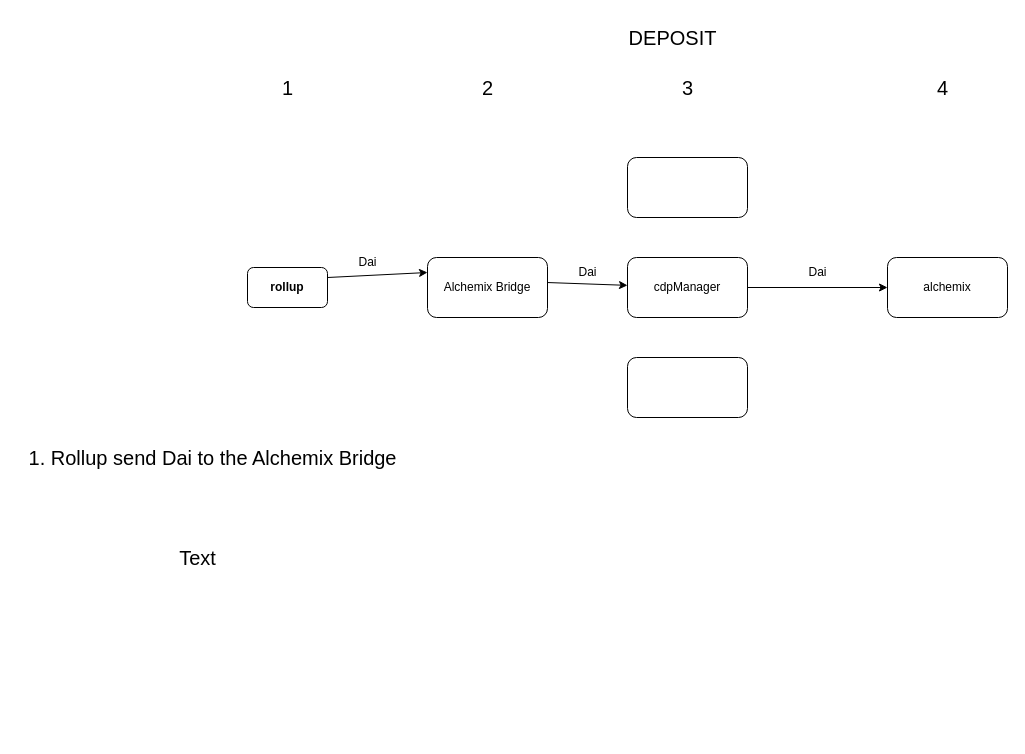
Before: page "Page-1" (1 of 2) of al.drawio in tajobin/Diagrams, a draw.io diagram. Source tidied: cells renumbered, new cells numbered last; positions are measured from the earlier drawing's top-left corner, leaving out a move shared by most shapes. Both pictures are drawn from the tidied source at 100%, with x=0, y=0 at pixel (17, 17).
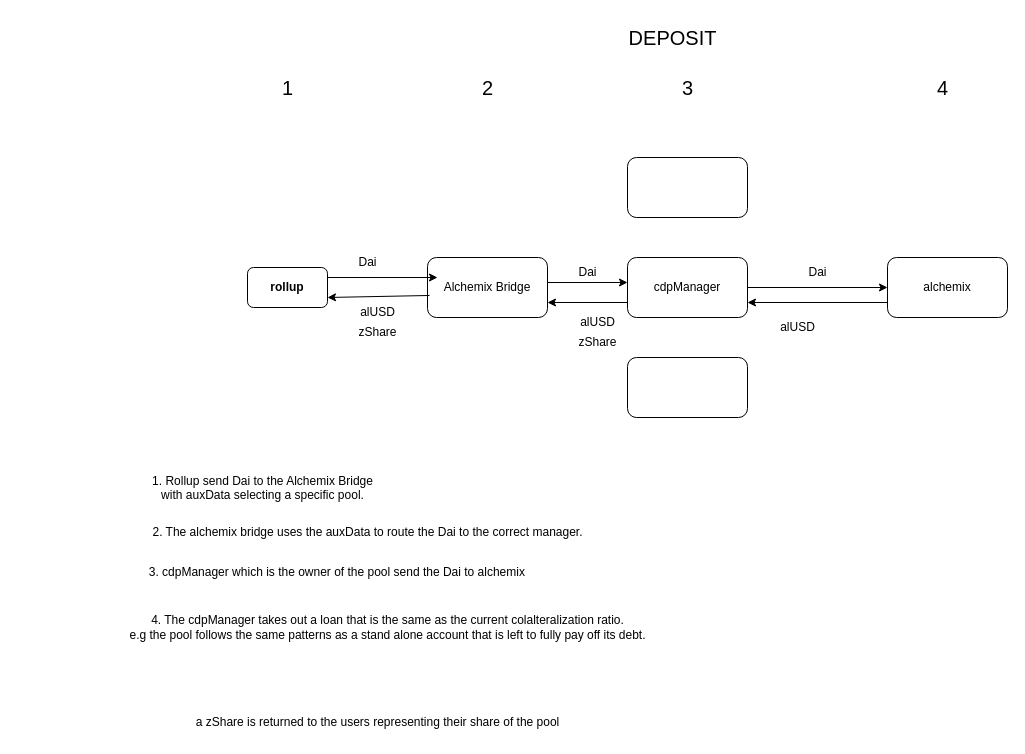
The same diagram, later.

The change refers to these unchanged cells:
```xml
<mxCell id="2" value="&lt;b&gt;rollup&lt;br&gt;&lt;/b&gt;" style="rounded=1;whiteSpace=wrap;html=1;" parent="1" vertex="1">
  <mxGeometry x="230" y="250" width="80" height="40" as="geometry" />
</mxCell>
<mxCell id="3" value="Alchemix Bridge" style="rounded=1;whiteSpace=wrap;html=1;" parent="1" vertex="1">
  <mxGeometry x="410" y="240" width="120" height="60" as="geometry" />
</mxCell>
<mxCell id="6" value="cdpManager" style="rounded=1;whiteSpace=wrap;html=1;" parent="1" vertex="1">
  <mxGeometry x="610" y="240" width="120" height="60" as="geometry" />
</mxCell>
<mxCell id="11" value="alchemix" style="rounded=1;whiteSpace=wrap;html=1;" parent="1" vertex="1">
  <mxGeometry x="870" y="240" width="120" height="60" as="geometry" />
</mxCell>
```

The edit, as a diff of the source:
```diff
@@
-    <mxCell id="4" style="endArrow=classic;html=1;rounded=0;exitX=1;exitY=0.25;exitDx=0;exitDy=0;entryX=0;entryY=0.25;entryDx=0;entryDy=0;" parent="1" edge="1" source="2" target="3">
-      <mxGeometry relative="1" as="geometry" />
+    <mxCell id="4" style="endArrow=classic;html=1;rounded=0;exitX=1;exitY=0.25;exitDx=0;exitDy=0;" parent="1" edge="1" source="2">
+      <mxGeometry relative="1" as="geometry">
+        <mxPoint x="420" y="260" as="targetPoint" />
+      </mxGeometry>
     </mxCell>
@@
-    <mxCell id="7" style="endArrow=classic;html=1;rounded=0;exitX=0.996;exitY=0.417;exitDx=0;exitDy=0;exitPerimeter=0;" parent="1" edge="1" source="3" target="6">
-      <mxGeometry relative="1" as="geometry" />
+    <mxCell id="7" style="endArrow=classic;html=1;rounded=0;exitX=0.996;exitY=0.417;exitDx=0;exitDy=0;exitPerimeter=0;" parent="1" edge="1" source="3">
+      <mxGeometry relative="1" as="geometry">
+        <mxPoint x="610" y="265" as="targetPoint" />
+      </mxGeometry>
     </mxCell>
@@
-    <mxCell id="19" value="1. Rollup send Dai to the Alchemix Bridge&lt;br&gt;" style="text;html=1;align=center;verticalAlign=middle;strokeColor=none;fillColor=none;fontSize=20;" parent="1" vertex="1">
-      <mxGeometry y="420" width="390" height="40" as="geometry" />
+    <mxCell id="19" value="1. Rollup send Dai to the Alchemix Bridge&lt;br style=&quot;font-size: 12px;&quot;&gt;with auxData selecting a specific pool.&lt;br style=&quot;font-size: 12px;&quot;&gt;" style="text;html=1;align=center;verticalAlign=top;strokeColor=none;fillColor=none;fontSize=12;" parent="1" vertex="1">
+      <mxGeometry x="125" y="450" width="240" height="40" as="geometry" />
     </mxCell>
-    <mxCell id="20" value="Text" style="text;html=1;align=center;verticalAlign=middle;strokeColor=none;fillColor=none;fontSize=20;" parent="1" vertex="1">
-      <mxGeometry x="160" y="530" width="40" height="20" as="geometry" />
-    </mxCell>
+    <mxCell id="21" value="2. The alchemix bridge uses the auxData to route the&amp;nbsp;Dai to the correct manager." style="text;html=1;align=center;verticalAlign=middle;fillColor=none;strokeColor=none;rounded=0;fontSize=12;" parent="1" vertex="1">
+      <mxGeometry x="125" y="500" width="450" height="30" as="geometry" />
+    </mxCell>
+    <mxCell id="22" value="3. cdpManager which is the owner of the pool send the Dai to alchemix&amp;nbsp;" style="text;html=1;align=center;verticalAlign=middle;strokeColor=none;fillColor=none;fontSize=12;" parent="1" vertex="1">
+      <mxGeometry x="121" y="540" width="400" height="30" as="geometry" />
+    </mxCell>
+    <mxCell id="23" style="endArrow=classic;html=1;rounded=0;fontSize=20;entryX=1;entryY=0.75;entryDx=0;entryDy=0;exitX=0;exitY=0.75;exitDx=0;exitDy=0;" parent="1" edge="1" source="11" target="6">
+      <mxGeometry relative="1" as="geometry" />
+    </mxCell>
+    <mxCell id="24" style="endArrow=classic;html=1;rounded=0;fontSize=20;entryX=1;entryY=0.75;entryDx=0;entryDy=0;exitX=0;exitY=0.75;exitDx=0;exitDy=0;" parent="1" edge="1" source="6" target="3">
+      <mxGeometry relative="1" as="geometry" />
+    </mxCell>
+    <mxCell id="25" style="endArrow=classic;html=1;rounded=0;fontSize=20;entryX=1;entryY=0.75;entryDx=0;entryDy=0;exitX=0.017;exitY=0.633;exitDx=0;exitDy=0;exitPerimeter=0;" parent="1" edge="1" source="3" target="2">
+      <mxGeometry relative="1" as="geometry" />
+    </mxCell>
+    <mxCell id="26" value="&lt;font style=&quot;font-size: 12px;&quot;&gt;alUSD&lt;br style=&quot;font-size: 12px;&quot;&gt;&lt;/font&gt;" style="text;html=1;align=center;verticalAlign=middle;strokeColor=none;fillColor=none;fontSize=12;" parent="1" vertex="1">
+      <mxGeometry x="750" y="295" width="60" height="30" as="geometry" />
+    </mxCell>
+    <mxCell id="27" value="&lt;font style=&quot;font-size: 12px;&quot;&gt;alUSD&lt;br style=&quot;font-size: 12px;&quot;&gt;&lt;/font&gt;" style="text;html=1;align=center;verticalAlign=middle;strokeColor=none;fillColor=none;fontSize=12;" parent="1" vertex="1">
+      <mxGeometry x="550" y="290" width="60" height="30" as="geometry" />
+    </mxCell>
+    <mxCell id="28" value="&lt;font style=&quot;font-size: 12px;&quot;&gt;alUSD&lt;br style=&quot;font-size: 12px;&quot;&gt;&lt;/font&gt;" style="text;html=1;align=center;verticalAlign=middle;strokeColor=none;fillColor=none;fontSize=12;" parent="1" vertex="1">
+      <mxGeometry x="330" y="280" width="60" height="30" as="geometry" />
+    </mxCell>
+    <mxCell id="29" value="&lt;font style=&quot;font-size: 12px;&quot;&gt;zShare&lt;br style=&quot;font-size: 12px;&quot;&gt;&lt;/font&gt;" style="text;html=1;align=center;verticalAlign=middle;strokeColor=none;fillColor=none;fontSize=12;" parent="1" vertex="1">
+      <mxGeometry x="550" y="310" width="60" height="30" as="geometry" />
+    </mxCell>
+    <mxCell id="30" value="&lt;font style=&quot;font-size: 12px;&quot;&gt;zShare&lt;br style=&quot;font-size: 12px;&quot;&gt;&lt;/font&gt;" style="text;html=1;align=center;verticalAlign=middle;strokeColor=none;fillColor=none;fontSize=12;" parent="1" vertex="1">
+      <mxGeometry x="330" y="300" width="60" height="30" as="geometry" />
+    </mxCell>
+    <mxCell id="31" value="4. The cdpManager takes out a loan that is the same as the current colalteralization ratio. &lt;br&gt;e.g the pool follows the same patterns as a stand alone account that is left to fully pay off its debt." style="text;html=1;align=center;verticalAlign=middle;strokeColor=none;fillColor=none;fontSize=12;" parent="1" vertex="1">
+      <mxGeometry x="100" y="590" width="540" height="40" as="geometry" />
+    </mxCell>
+    <mxCell id="32" value="a zShare is returned to the users representing their share of the pool" style="text;html=1;align=center;verticalAlign=middle;strokeColor=none;fillColor=none;fontSize=12;" parent="1" vertex="1">
+      <mxGeometry x="165" y="690" width="390" height="30" as="geometry" />
+    </mxCell>
```
